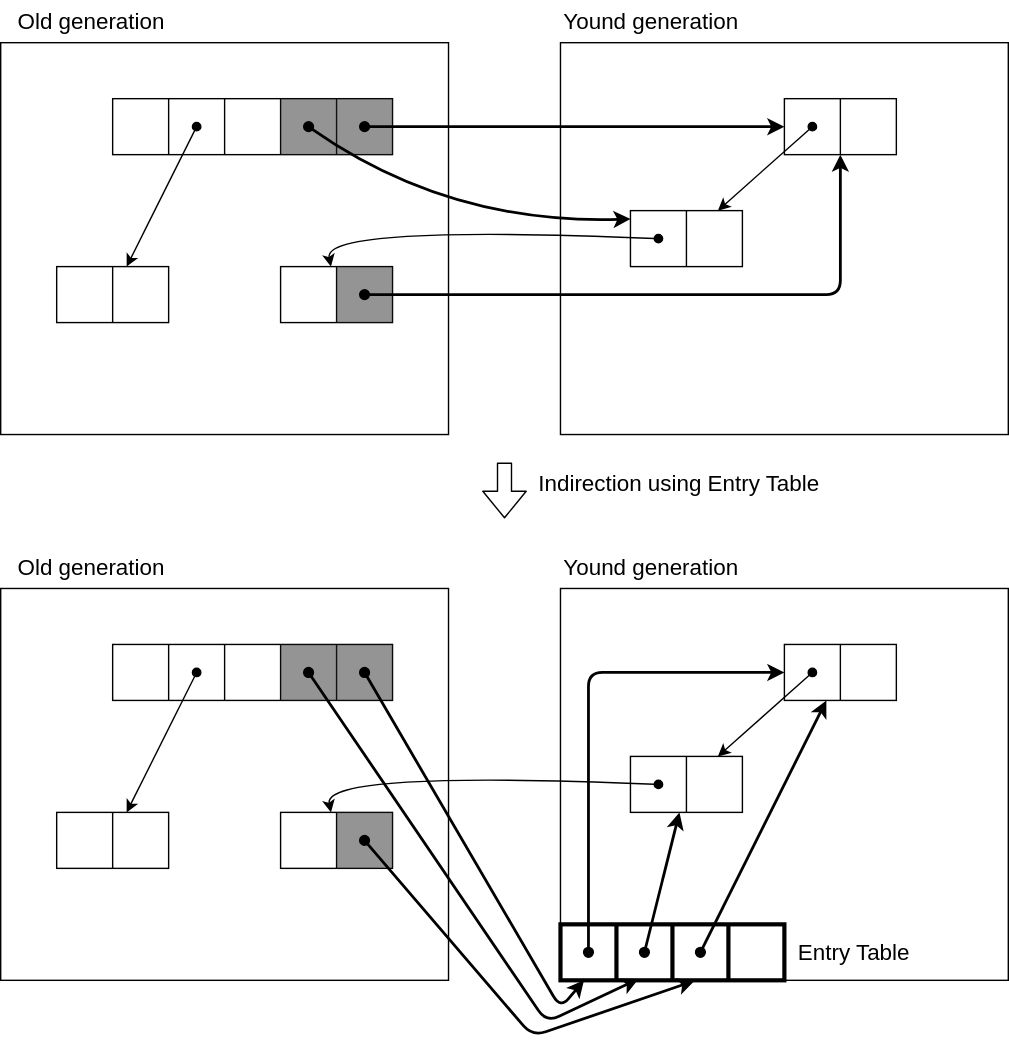
drop-stones/slides keeps this draw.io diagram as assets/img/lecture_materials/GarbageCollection/ch7/introduce-entry-table.drawio.svg. Above is the earlier version. Source tidied: cells renumbered, new cells last; positions are measured from the earlier drawing's top-left corner, leaving out a move shared by most shapes.
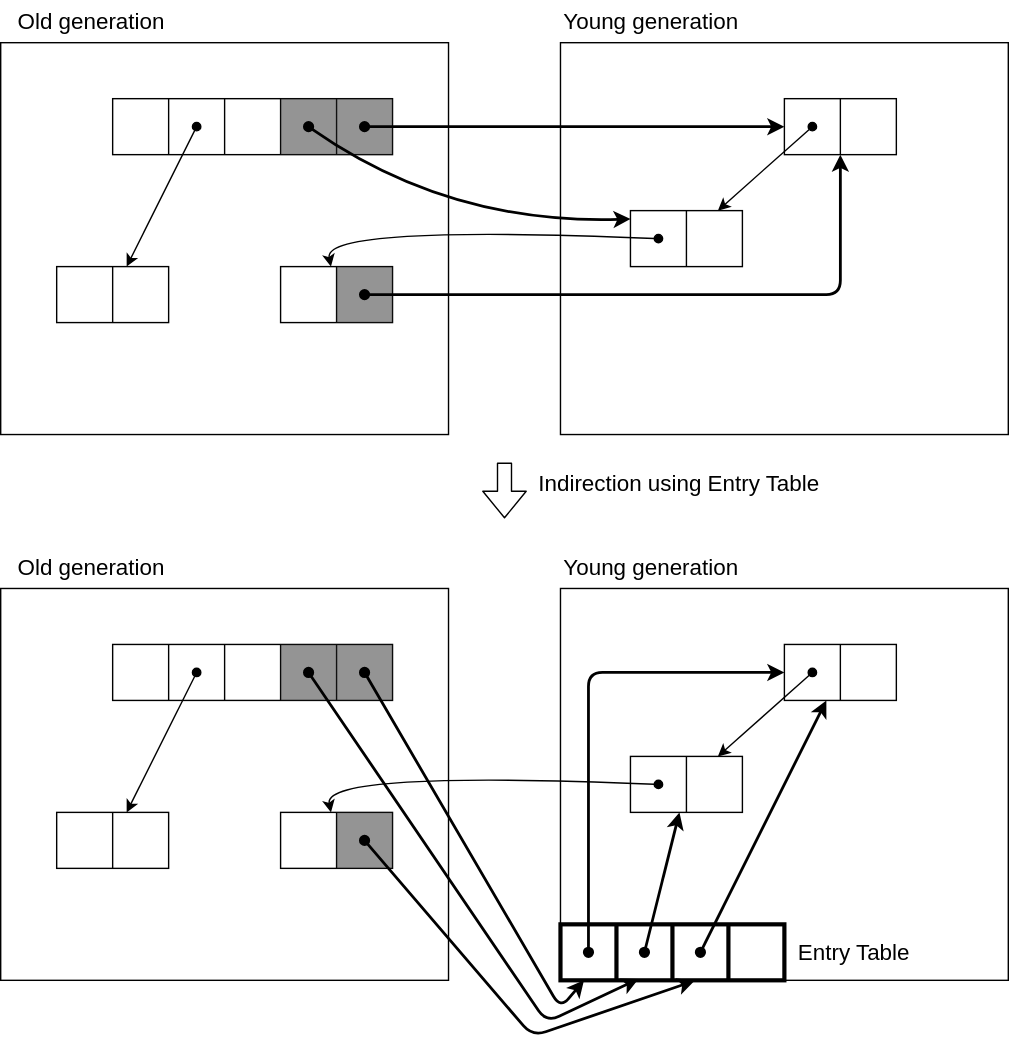
The same file after the commit.

What changed in the source:
```diff
@@ -11,7 +11,7 @@
     <mxCell id="4" value="&lt;font style=&quot;font-size: 16px&quot;&gt;Old generation&lt;/font&gt;" style="text;html=1;strokeColor=none;fillColor=none;align=center;verticalAlign=middle;whiteSpace=wrap;rounded=0;" parent="1" vertex="1">
       <mxGeometry width="130" height="30" as="geometry" />
     </mxCell>
-    <mxCell id="5" value="&lt;font style=&quot;font-size: 16px&quot;&gt;Yound generation&lt;/font&gt;" style="text;html=1;strokeColor=none;fillColor=none;align=center;verticalAlign=middle;whiteSpace=wrap;rounded=0;" parent="1" vertex="1">
+    <mxCell id="5" value="&lt;font style=&quot;font-size: 16px&quot;&gt;Young generation&lt;/font&gt;" style="text;html=1;strokeColor=none;fillColor=none;align=center;verticalAlign=middle;whiteSpace=wrap;rounded=0;" parent="1" vertex="1">
       <mxGeometry x="400" width="130" height="30" as="geometry" />
     </mxCell>
     <mxCell id="6" style="shape=table;startSize=0;fillColor=none;" parent="1" vertex="1">
@@ -140,7 +140,7 @@
     <mxCell id="39" value="&lt;font style=&quot;font-size: 16px&quot;&gt;Old generation&lt;/font&gt;" style="text;html=1;strokeColor=none;fillColor=none;align=center;verticalAlign=middle;whiteSpace=wrap;rounded=0;" parent="1" vertex="1">
       <mxGeometry y="390" width="130" height="30" as="geometry" />
     </mxCell>
-    <mxCell id="40" value="&lt;font style=&quot;font-size: 16px&quot;&gt;Yound generation&lt;/font&gt;" style="text;html=1;strokeColor=none;fillColor=none;align=center;verticalAlign=middle;whiteSpace=wrap;rounded=0;" parent="1" vertex="1">
+    <mxCell id="40" value="&lt;font style=&quot;font-size: 16px&quot;&gt;Young generation&lt;/font&gt;" style="text;html=1;strokeColor=none;fillColor=none;align=center;verticalAlign=middle;whiteSpace=wrap;rounded=0;" parent="1" vertex="1">
       <mxGeometry x="400" y="390" width="130" height="30" as="geometry" />
     </mxCell>
     <mxCell id="41" style="shape=table;startSize=0;fillColor=none;" parent="1" vertex="1">
```
